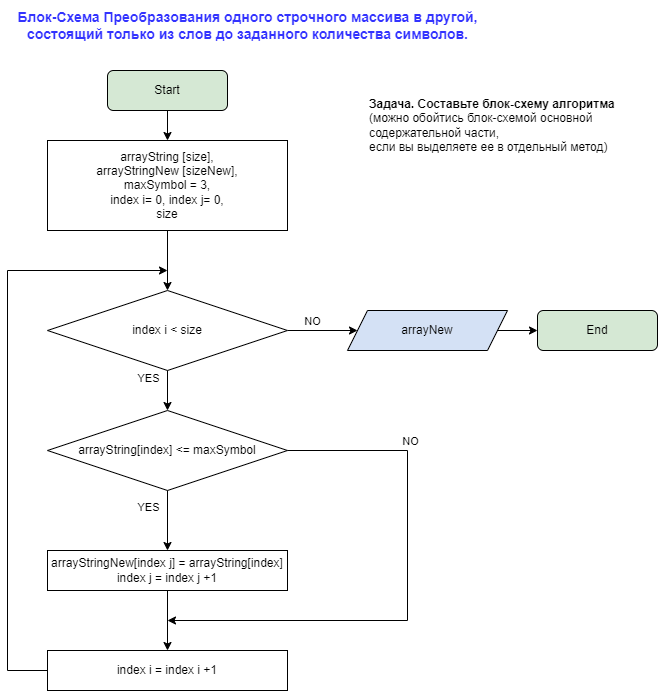
This is SkI_Контрольная1_Блок-схема.png from IrenSkSt/-Repo_St2_GB_C_T, a draw.io export, as it was before one commit. Source tidied: cells renumbered, new cells last; positions are measured from the earlier drawing's top-left corner, leaving out a move shared by most shapes.
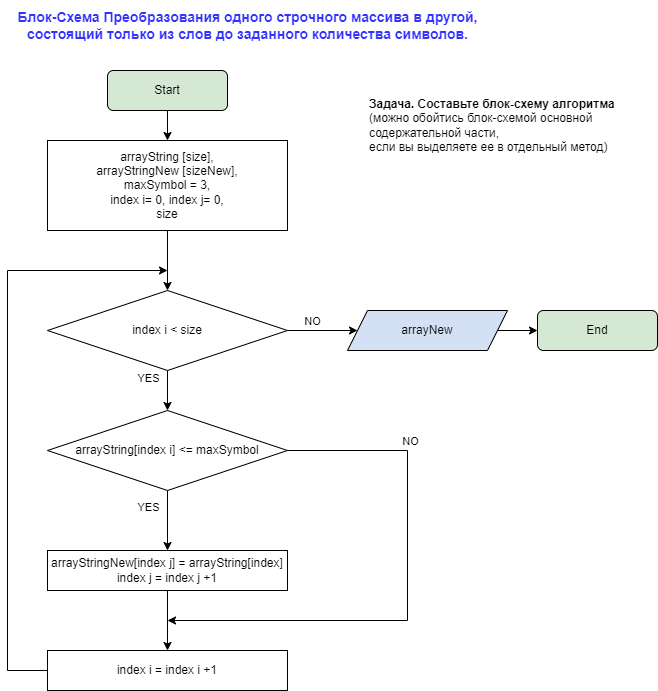
Above is the later version.

Commit message:
Correct block diagram

What changed in the source:
```diff
@@ -37,7 +37,7 @@
     <mxCell id="12" value="index i &amp;lt; size" style="rhombus;whiteSpace=wrap;html=1;" parent="1" vertex="1">
       <mxGeometry x="40" y="290" width="240" height="80" as="geometry" />
     </mxCell>
-    <mxCell id="13" value="arrayString[index] &amp;lt;= maxSymbol" style="rhombus;whiteSpace=wrap;html=1;" parent="1" vertex="1">
+    <mxCell id="13" value="arrayString[index i] &amp;lt;= maxSymbol" style="rhombus;whiteSpace=wrap;html=1;" parent="1" vertex="1">
       <mxGeometry x="40" y="410" width="240" height="80" as="geometry" />
     </mxCell>
     <mxCell id="14" style="edgeStyle=orthogonalEdgeStyle;rounded=0;jettySize=auto;html=1;exitX=1;exitY=0.5;exitDx=0;exitDy=0;" parent="1" edge="1" source="13">
```
